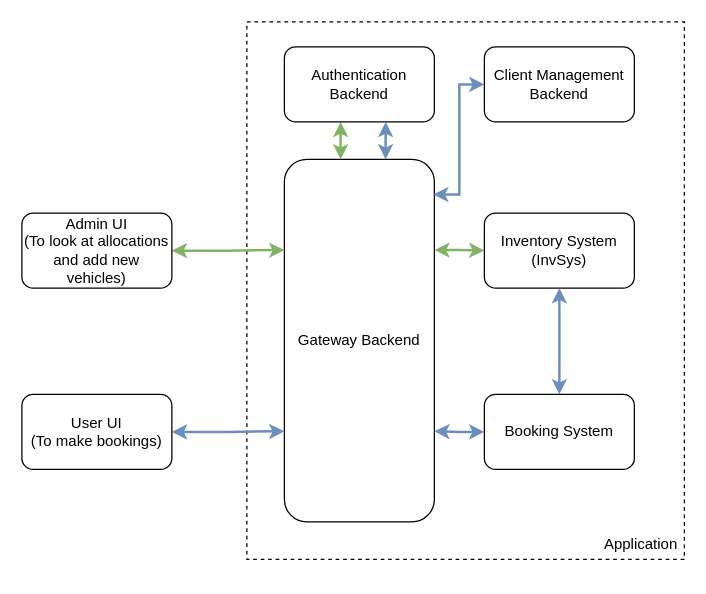
Before: images/S3_FutureUML.drawio in onestar1004/flask-microservice, a draw.io diagram. Source tidied: cells renumbered, new cells numbered last; positions are measured from the earlier drawing's top-left corner, leaving out a move shared by most shapes. Both pictures are drawn from the tidied source at 125%, with x=0, y=0 at pixel (21, 21). Pictures stored in the file or linked from it are replaced by grey dashed boxes.
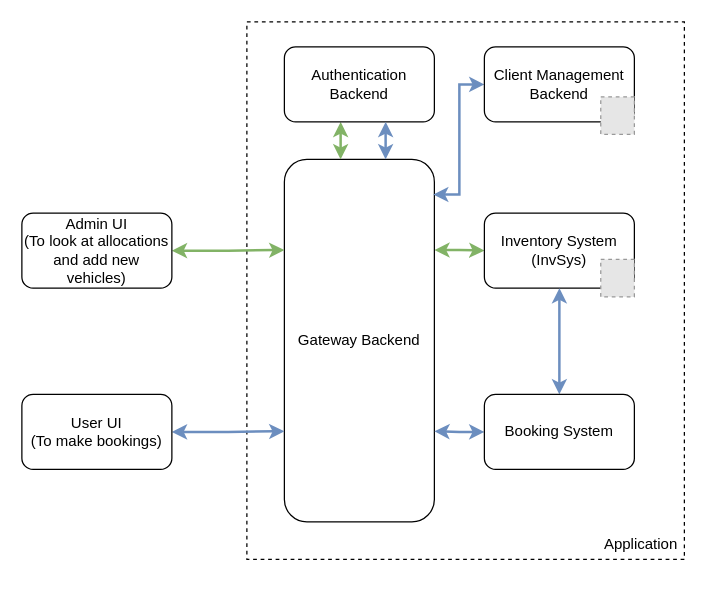
After the change.

What changed in the source:
```diff
@@
+    <mxCell id="19" style="fillColor=#E6E6E6;strokeColor=#999999;dashed=1;verticalLabelPosition=bottom;labelBackgroundColor=#ffffff;verticalAlign=top;" parent="1" vertex="1">
+      <mxGeometry x="463.1" y="60" width="26.9" height="30" as="geometry" />
+    </mxCell>
+    <mxCell id="20" style="fillColor=#E6E6E6;strokeColor=#999999;dashed=1;verticalLabelPosition=bottom;labelBackgroundColor=#ffffff;verticalAlign=top;" parent="1" vertex="1">
+      <mxGeometry x="463.1" y="190" width="26.9" height="30" as="geometry" />
+    </mxCell>
```
